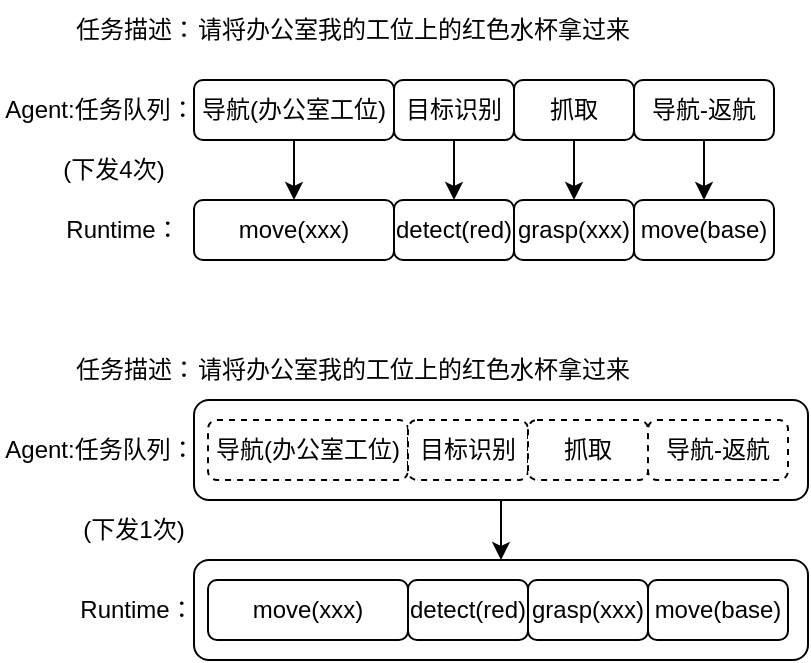
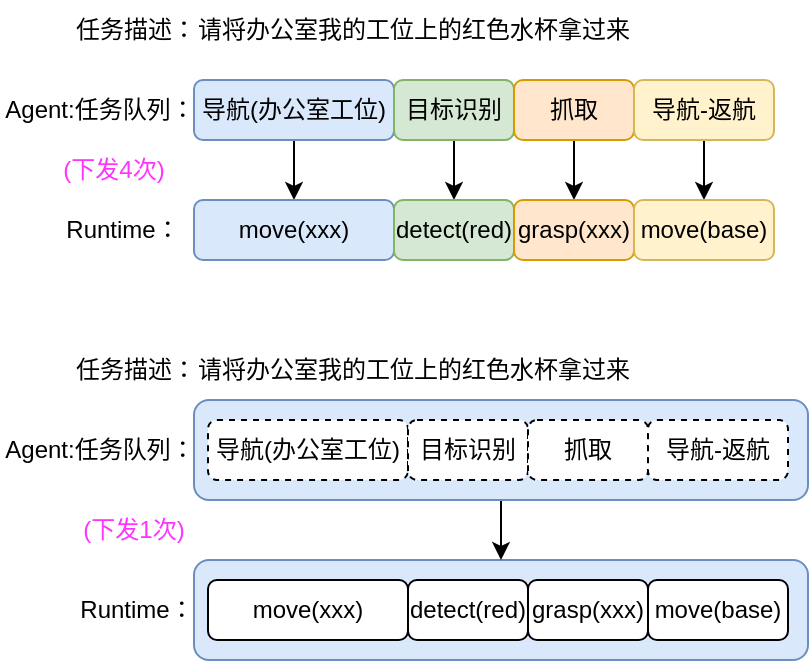
<mxfile host="app.diagrams.net">
  <diagram name="第 1 页" id="AqDmRzZVIJ-5uyctXJOA">
    <mxGraphModel dx="656" dy="360" grid="1" gridSize="10" guides="1" tooltips="1" connect="1" arrows="1" fold="1" page="1" pageScale="1" pageWidth="2339" pageHeight="3300" math="0" shadow="0">
      <root>
        <mxCell id="0" />
        <mxCell id="1" parent="0" />
-         <mxCell id="TX6EBbOIm9mCNyf-wsjQ-37" parent="1" style="rounded=1;whiteSpace=wrap;html=1;" value="" vertex="1">
+         <mxCell id="TX6EBbOIm9mCNyf-wsjQ-37" parent="1" style="rounded=1;whiteSpace=wrap;html=1;fillColor=#dae8fc;strokeColor=#6c8ebf;" value="" vertex="1">
          <mxGeometry height="50" width="307" x="120" y="610" as="geometry" />
        </mxCell>
        <mxCell id="TX6EBbOIm9mCNyf-wsjQ-38" edge="1" parent="1" source="TX6EBbOIm9mCNyf-wsjQ-36" style="edgeStyle=orthogonalEdgeStyle;rounded=0;orthogonalLoop=1;jettySize=auto;html=1;exitX=0.5;exitY=1;exitDx=0;exitDy=0;entryX=0.5;entryY=0;entryDx=0;entryDy=0;" target="TX6EBbOIm9mCNyf-wsjQ-37">
          <mxGeometry relative="1" as="geometry" />
        </mxCell>
-         <mxCell id="TX6EBbOIm9mCNyf-wsjQ-36" parent="1" style="rounded=1;whiteSpace=wrap;html=1;" value="" vertex="1">
+         <mxCell id="TX6EBbOIm9mCNyf-wsjQ-36" parent="1" style="rounded=1;whiteSpace=wrap;html=1;fillColor=#dae8fc;strokeColor=#6c8ebf;" value="" vertex="1">
          <mxGeometry height="50" width="307" x="120" y="530" as="geometry" />
        </mxCell>
        <mxCell id="TX6EBbOIm9mCNyf-wsjQ-15" edge="1" parent="1" source="TX6EBbOIm9mCNyf-wsjQ-1" style="edgeStyle=orthogonalEdgeStyle;rounded=0;orthogonalLoop=1;jettySize=auto;html=1;exitX=0.5;exitY=1;exitDx=0;exitDy=0;entryX=0.5;entryY=0;entryDx=0;entryDy=0;" target="TX6EBbOIm9mCNyf-wsjQ-11">
          <mxGeometry relative="1" as="geometry" />
        </mxCell>
-         <mxCell id="TX6EBbOIm9mCNyf-wsjQ-1" parent="1" style="rounded=1;whiteSpace=wrap;html=1;" value="导航(办公室工位)" vertex="1">
+         <mxCell id="TX6EBbOIm9mCNyf-wsjQ-1" parent="1" style="rounded=1;whiteSpace=wrap;html=1;fillColor=#dae8fc;strokeColor=#6c8ebf;" value="导航(办公室工位)" vertex="1">
          <mxGeometry height="30" width="100" x="120" y="370" as="geometry" />
        </mxCell>
        <mxCell id="TX6EBbOIm9mCNyf-wsjQ-2" parent="1" style="text;html=1;whiteSpace=wrap;strokeColor=none;fillColor=none;align=center;verticalAlign=middle;rounded=0;" value="Agent:任务队列：" vertex="1">
          <mxGeometry height="30" width="100" x="23" y="370" as="geometry" />
        </mxCell>
        <mxCell id="TX6EBbOIm9mCNyf-wsjQ-3" parent="1" style="text;html=1;whiteSpace=wrap;strokeColor=none;fillColor=none;align=center;verticalAlign=middle;rounded=0;" value="任务描述：" vertex="1">
          <mxGeometry height="30" width="70" x="56" y="330" as="geometry" />
        </mxCell>
        <mxCell id="TX6EBbOIm9mCNyf-wsjQ-4" parent="1" style="text;html=1;whiteSpace=wrap;strokeColor=none;fillColor=none;align=center;verticalAlign=middle;rounded=0;" value="请将办公室我的工位上的红色水杯拿过来" vertex="1">
          <mxGeometry height="30" width="220" x="120" y="330" as="geometry" />
        </mxCell>
        <mxCell id="TX6EBbOIm9mCNyf-wsjQ-16" edge="1" parent="1" source="TX6EBbOIm9mCNyf-wsjQ-5" style="edgeStyle=orthogonalEdgeStyle;rounded=0;orthogonalLoop=1;jettySize=auto;html=1;exitX=0.5;exitY=1;exitDx=0;exitDy=0;entryX=0.5;entryY=0;entryDx=0;entryDy=0;" target="TX6EBbOIm9mCNyf-wsjQ-12">
          <mxGeometry relative="1" as="geometry" />
        </mxCell>
-         <mxCell id="TX6EBbOIm9mCNyf-wsjQ-5" parent="1" style="rounded=1;whiteSpace=wrap;html=1;" value="目标识别" vertex="1">
+         <mxCell id="TX6EBbOIm9mCNyf-wsjQ-5" parent="1" style="rounded=1;whiteSpace=wrap;html=1;fillColor=#d5e8d4;strokeColor=#82b366;" value="目标识别" vertex="1">
          <mxGeometry height="30" width="60" x="220" y="370" as="geometry" />
        </mxCell>
        <mxCell id="TX6EBbOIm9mCNyf-wsjQ-17" edge="1" parent="1" source="TX6EBbOIm9mCNyf-wsjQ-6" style="edgeStyle=orthogonalEdgeStyle;rounded=0;orthogonalLoop=1;jettySize=auto;html=1;exitX=0.5;exitY=1;exitDx=0;exitDy=0;entryX=0.5;entryY=0;entryDx=0;entryDy=0;" target="TX6EBbOIm9mCNyf-wsjQ-13">
          <mxGeometry relative="1" as="geometry" />
        </mxCell>
-         <mxCell id="TX6EBbOIm9mCNyf-wsjQ-6" parent="1" style="rounded=1;whiteSpace=wrap;html=1;" value="抓取" vertex="1">
+         <mxCell id="TX6EBbOIm9mCNyf-wsjQ-6" parent="1" style="rounded=1;whiteSpace=wrap;html=1;fillColor=#ffe6cc;strokeColor=#d79b00;" value="抓取" vertex="1">
          <mxGeometry height="30" width="60" x="280" y="370" as="geometry" />
        </mxCell>
        <mxCell id="TX6EBbOIm9mCNyf-wsjQ-18" edge="1" parent="1" source="TX6EBbOIm9mCNyf-wsjQ-7" style="edgeStyle=orthogonalEdgeStyle;rounded=0;orthogonalLoop=1;jettySize=auto;html=1;exitX=0.5;exitY=1;exitDx=0;exitDy=0;entryX=0.5;entryY=0;entryDx=0;entryDy=0;" target="TX6EBbOIm9mCNyf-wsjQ-14">
          <mxGeometry relative="1" as="geometry" />
        </mxCell>
-         <mxCell id="TX6EBbOIm9mCNyf-wsjQ-7" parent="1" style="rounded=1;whiteSpace=wrap;html=1;" value="导航-返航" vertex="1">
+         <mxCell id="TX6EBbOIm9mCNyf-wsjQ-7" parent="1" style="rounded=1;whiteSpace=wrap;html=1;fillColor=#fff2cc;strokeColor=#d6b656;" value="导航-返航" vertex="1">
          <mxGeometry height="30" width="70" x="340" y="370" as="geometry" />
        </mxCell>
        <mxCell id="TX6EBbOIm9mCNyf-wsjQ-8" parent="1" style="text;html=1;whiteSpace=wrap;strokeColor=none;fillColor=none;align=center;verticalAlign=middle;rounded=0;" value="Runtime：" vertex="1">
          <mxGeometry height="30" width="57" x="56" y="430" as="geometry" />
        </mxCell>
-         <mxCell id="TX6EBbOIm9mCNyf-wsjQ-11" parent="1" style="rounded=1;whiteSpace=wrap;html=1;" value="move(xxx)" vertex="1">
+         <mxCell id="TX6EBbOIm9mCNyf-wsjQ-11" parent="1" style="rounded=1;whiteSpace=wrap;html=1;fillColor=#dae8fc;strokeColor=#6c8ebf;" value="move(xxx)" vertex="1">
          <mxGeometry height="30" width="100" x="120" y="430" as="geometry" />
        </mxCell>
-         <mxCell id="TX6EBbOIm9mCNyf-wsjQ-12" parent="1" style="rounded=1;whiteSpace=wrap;html=1;" value="detect(red)" vertex="1">
+         <mxCell id="TX6EBbOIm9mCNyf-wsjQ-12" parent="1" style="rounded=1;whiteSpace=wrap;html=1;fillColor=#d5e8d4;strokeColor=#82b366;" value="detect(red)" vertex="1">
          <mxGeometry height="30" width="60" x="220" y="430" as="geometry" />
        </mxCell>
-         <mxCell id="TX6EBbOIm9mCNyf-wsjQ-13" parent="1" style="rounded=1;whiteSpace=wrap;html=1;" value="grasp(xxx)" vertex="1">
+         <mxCell id="TX6EBbOIm9mCNyf-wsjQ-13" parent="1" style="rounded=1;whiteSpace=wrap;html=1;fillColor=#ffe6cc;strokeColor=#d79b00;" value="grasp(xxx)" vertex="1">
          <mxGeometry height="30" width="60" x="280" y="430" as="geometry" />
        </mxCell>
-         <mxCell id="TX6EBbOIm9mCNyf-wsjQ-14" parent="1" style="rounded=1;whiteSpace=wrap;html=1;" value="move(base)" vertex="1">
+         <mxCell id="TX6EBbOIm9mCNyf-wsjQ-14" parent="1" style="rounded=1;whiteSpace=wrap;html=1;fillColor=#fff2cc;strokeColor=#d6b656;" value="move(base)" vertex="1">
          <mxGeometry height="30" width="70" x="340" y="430" as="geometry" />
        </mxCell>
        <mxCell id="TX6EBbOIm9mCNyf-wsjQ-19" parent="1" style="text;html=1;whiteSpace=wrap;strokeColor=none;fillColor=none;align=center;verticalAlign=middle;rounded=0;" value="请将办公室我的工位上的红色水杯拿过来" vertex="1">
          <mxGeometry height="30" width="220" x="120" y="500" as="geometry" />
        </mxCell>
        <mxCell id="TX6EBbOIm9mCNyf-wsjQ-20" parent="1" style="text;html=1;whiteSpace=wrap;strokeColor=none;fillColor=none;align=center;verticalAlign=middle;rounded=0;" value="任务描述：" vertex="1">
          <mxGeometry height="30" width="70" x="56" y="500" as="geometry" />
        </mxCell>
        <mxCell id="TX6EBbOIm9mCNyf-wsjQ-22" parent="1" style="rounded=1;whiteSpace=wrap;html=1;dashed=1;" value="导航(办公室工位)" vertex="1">
          <mxGeometry height="30" width="100" x="127" y="540" as="geometry" />
        </mxCell>
        <mxCell id="TX6EBbOIm9mCNyf-wsjQ-23" parent="1" style="text;html=1;whiteSpace=wrap;strokeColor=none;fillColor=none;align=center;verticalAlign=middle;rounded=0;" value="Agent:任务队列：" vertex="1">
          <mxGeometry height="30" width="100" x="23" y="540" as="geometry" />
        </mxCell>
        <mxCell id="TX6EBbOIm9mCNyf-wsjQ-25" parent="1" style="rounded=1;whiteSpace=wrap;html=1;dashed=1;" value="目标识别" vertex="1">
          <mxGeometry height="30" width="60" x="227" y="540" as="geometry" />
        </mxCell>
        <mxCell id="TX6EBbOIm9mCNyf-wsjQ-27" parent="1" style="rounded=1;whiteSpace=wrap;html=1;dashed=1;" value="抓取" vertex="1">
          <mxGeometry height="30" width="60" x="287" y="540" as="geometry" />
        </mxCell>
        <mxCell id="TX6EBbOIm9mCNyf-wsjQ-29" parent="1" style="rounded=1;whiteSpace=wrap;html=1;dashed=1;" value="导航-返航" vertex="1">
          <mxGeometry height="30" width="70" x="347" y="540" as="geometry" />
        </mxCell>
        <mxCell id="TX6EBbOIm9mCNyf-wsjQ-30" parent="1" style="text;html=1;whiteSpace=wrap;strokeColor=none;fillColor=none;align=center;verticalAlign=middle;rounded=0;" value="Runtime：" vertex="1">
          <mxGeometry height="30" width="57" x="62.5" y="620" as="geometry" />
        </mxCell>
        <mxCell id="TX6EBbOIm9mCNyf-wsjQ-31" parent="1" style="rounded=1;whiteSpace=wrap;html=1;" value="move(xxx)" vertex="1">
          <mxGeometry height="30" width="100" x="127" y="620" as="geometry" />
        </mxCell>
        <mxCell id="TX6EBbOIm9mCNyf-wsjQ-32" parent="1" style="rounded=1;whiteSpace=wrap;html=1;" value="detect(red)" vertex="1">
          <mxGeometry height="30" width="60" x="227" y="620" as="geometry" />
        </mxCell>
        <mxCell id="TX6EBbOIm9mCNyf-wsjQ-33" parent="1" style="rounded=1;whiteSpace=wrap;html=1;" value="grasp(xxx)" vertex="1">
          <mxGeometry height="30" width="60" x="287" y="620" as="geometry" />
        </mxCell>
        <mxCell id="TX6EBbOIm9mCNyf-wsjQ-34" parent="1" style="rounded=1;whiteSpace=wrap;html=1;" value="move(base)" vertex="1">
          <mxGeometry height="30" width="70" x="347" y="620" as="geometry" />
        </mxCell>
-         <mxCell id="TX6EBbOIm9mCNyf-wsjQ-35" parent="1" style="text;html=1;whiteSpace=wrap;strokeColor=none;fillColor=none;align=center;verticalAlign=middle;rounded=0;" value="(下发4次)" vertex="1">
+         <mxCell id="TX6EBbOIm9mCNyf-wsjQ-35" parent="1" style="text;html=1;whiteSpace=wrap;strokeColor=none;fillColor=none;align=center;verticalAlign=middle;rounded=0;fontColor=#FF33FF;" value="(下发4次)" vertex="1">
          <mxGeometry height="30" width="60" x="50" y="400" as="geometry" />
        </mxCell>
-         <mxCell id="TX6EBbOIm9mCNyf-wsjQ-39" parent="1" style="text;html=1;whiteSpace=wrap;strokeColor=none;fillColor=none;align=center;verticalAlign=middle;rounded=0;" value="(下发1次)" vertex="1">
+         <mxCell id="TX6EBbOIm9mCNyf-wsjQ-39" parent="1" style="text;html=1;whiteSpace=wrap;strokeColor=none;fillColor=none;align=center;verticalAlign=middle;rounded=0;fontColor=#FF33FF;" value="(下发1次)" vertex="1">
          <mxGeometry height="30" width="60" x="59.5" y="580" as="geometry" />
        </mxCell>
      </root>
    </mxGraphModel>
  </diagram>
</mxfile>
